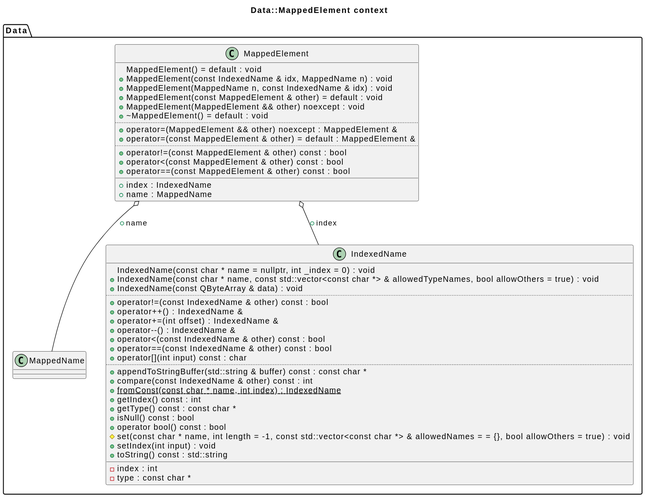
bkryza/clang-uml-examples keeps this PlantUML diagram as freecad/diagrams/app_MappedElement.svg. Above is the earlier version. Its diagram source:
```plantuml
@startuml
title Data::MappedElement context
package [Data] as C_0007944022382666682349 {
class "MappedName" as C_0007243427818333896881
class C_0007243427818333896881 [[https://github.com/FreeCAD/FreeCAD/blob/2fcc5317fe3aee96ca73475986a577719fc78e20/src/App/StringHasher.h#L45{MappedName}]] {
__
}
class "IndexedName" as C_0000077198310494763102
class C_0000077198310494763102 [[https://github.com/FreeCAD/FreeCAD/blob/2fcc5317fe3aee96ca73475986a577719fc78e20/src/App/IndexedName.h#L55{IndexedName}]] {
+IndexedName(const char * name = nullptr, int _index = 0) : void [[[https://github.com/FreeCAD/FreeCAD/blob/2fcc5317fe3aee96ca73475986a577719fc78e20/src/App/IndexedName.h#L67{IndexedName}]]]
+IndexedName(const char * name, const std::vector<const char *> & allowedTypeNames, bool allowOthers = true) : void [[[https://github.com/FreeCAD/FreeCAD/blob/2fcc5317fe3aee96ca73475986a577719fc78e20/src/App/IndexedName.h#L96{IndexedName}]]]
+IndexedName(const QByteArray & data) : void [[[https://github.com/FreeCAD/FreeCAD/blob/2fcc5317fe3aee96ca73475986a577719fc78e20/src/App/IndexedName.h#L108{IndexedName}]]]
..
+operator!=(const IndexedName & other) const : bool [[[https://github.com/FreeCAD/FreeCAD/blob/2fcc5317fe3aee96ca73475986a577719fc78e20/src/App/IndexedName.h#L198{operator!=}]]]
+operator++() : IndexedName & [[[https://github.com/FreeCAD/FreeCAD/blob/2fcc5317fe3aee96ca73475986a577719fc78e20/src/App/IndexedName.h#L182{operator++}]]]
+operator+=(int offset) : IndexedName & [[[https://github.com/FreeCAD/FreeCAD/blob/2fcc5317fe3aee96ca73475986a577719fc78e20/src/App/IndexedName.h#L174{operator+=}]]]
+operator--() : IndexedName & [[[https://github.com/FreeCAD/FreeCAD/blob/2fcc5317fe3aee96ca73475986a577719fc78e20/src/App/IndexedName.h#L190{operator--}]]]
+operator<(const IndexedName & other) const : bool [[[https://github.com/FreeCAD/FreeCAD/blob/2fcc5317fe3aee96ca73475986a577719fc78e20/src/App/IndexedName.h#L221{operator<}]]]
+operator==(const IndexedName & other) const : bool [[[https://github.com/FreeCAD/FreeCAD/blob/2fcc5317fe3aee96ca73475986a577719fc78e20/src/App/IndexedName.h#L166{operator==}]]]
+operator[](int input) const : char [[[https://github.com/FreeCAD/FreeCAD/blob/2fcc5317fe3aee96ca73475986a577719fc78e20/src/App/IndexedName.h#L228{operator[]}]]]
..
+appendToStringBuffer(std::string & buffer) const : const char * [[[https://github.com/FreeCAD/FreeCAD/blob/2fcc5317fe3aee96ca73475986a577719fc78e20/src/App/IndexedName.h#L133{appendToStringBuffer}]]]
+compare(const IndexedName & other) const : int [[[https://github.com/FreeCAD/FreeCAD/blob/2fcc5317fe3aee96ca73475986a577719fc78e20/src/App/IndexedName.h#L204{compare}]]]
{static} +fromConst(const char * name, int index) : IndexedName [[[https://github.com/FreeCAD/FreeCAD/blob/2fcc5317fe3aee96ca73475986a577719fc78e20/src/App/IndexedName.h#L120{fromConst}]]]
+getIndex() const : int [[[https://github.com/FreeCAD/FreeCAD/blob/2fcc5317fe3aee96ca73475986a577719fc78e20/src/App/IndexedName.h#L241{getIndex}]]]
+getType() const : const char * [[[https://github.com/FreeCAD/FreeCAD/blob/2fcc5317fe3aee96ca73475986a577719fc78e20/src/App/IndexedName.h#L238{getType}]]]
+isNull() const : bool [[[https://github.com/FreeCAD/FreeCAD/blob/2fcc5317fe3aee96ca73475986a577719fc78e20/src/App/IndexedName.h#L252{isNull}]]]
+operator bool() const : bool [[[https://github.com/FreeCAD/FreeCAD/blob/2fcc5317fe3aee96ca73475986a577719fc78e20/src/App/IndexedName.h#L256{operator bool}]]]
#set(const char * name, int length = -1, const std::vector<const char *> & allowedNames = = {}, bool allowOthers = true) : void [[[https://github.com/FreeCAD/FreeCAD/blob/2fcc5317fe3aee96ca73475986a577719fc78e20/src/App/IndexedName.h#L271{set}]]]
+setIndex(int input) : void [[[https://github.com/FreeCAD/FreeCAD/blob/2fcc5317fe3aee96ca73475986a577719fc78e20/src/App/IndexedName.h#L247{setIndex}]]]
+toString() const : std::string [[[https://github.com/FreeCAD/FreeCAD/blob/2fcc5317fe3aee96ca73475986a577719fc78e20/src/App/IndexedName.h#L147{toString}]]]
__
-index : int [[[https://github.com/FreeCAD/FreeCAD/blob/2fcc5317fe3aee96ca73475986a577719fc78e20/src/App/IndexedName.h#L278{index}]]]
-type : const char * [[[https://github.com/FreeCAD/FreeCAD/blob/2fcc5317fe3aee96ca73475986a577719fc78e20/src/App/IndexedName.h#L277{type}]]]
}
class "MappedElement" as C_0005907300236355149255
class C_0005907300236355149255 [[https://github.com/FreeCAD/FreeCAD/blob/2fcc5317fe3aee96ca73475986a577719fc78e20/src/App/MappedElement.h#L41{MappedElement}]] {
+MappedElement() = default : void [[[https://github.com/FreeCAD/FreeCAD/blob/2fcc5317fe3aee96ca73475986a577719fc78e20/src/App/MappedElement.h#L46{MappedElement}]]]
+MappedElement(const IndexedName & idx, MappedName n) : void [[[https://github.com/FreeCAD/FreeCAD/blob/2fcc5317fe3aee96ca73475986a577719fc78e20/src/App/MappedElement.h#L48{MappedElement}]]]
+MappedElement(MappedName n, const IndexedName & idx) : void [[[https://github.com/FreeCAD/FreeCAD/blob/2fcc5317fe3aee96ca73475986a577719fc78e20/src/App/MappedElement.h#L53{MappedElement}]]]
+MappedElement(const MappedElement & other) = default : void [[[https://github.com/FreeCAD/FreeCAD/blob/2fcc5317fe3aee96ca73475986a577719fc78e20/src/App/MappedElement.h#L60{MappedElement}]]]
+MappedElement(MappedElement && other) noexcept : void [[[https://github.com/FreeCAD/FreeCAD/blob/2fcc5317fe3aee96ca73475986a577719fc78e20/src/App/MappedElement.h#L62{MappedElement}]]]
+~MappedElement() = default : void [[[https://github.com/FreeCAD/FreeCAD/blob/2fcc5317fe3aee96ca73475986a577719fc78e20/src/App/MappedElement.h#L58{~MappedElement}]]]
..
+operator=(MappedElement && other) noexcept : MappedElement & [[[https://github.com/FreeCAD/FreeCAD/blob/2fcc5317fe3aee96ca73475986a577719fc78e20/src/App/MappedElement.h#L67{operator=}]]]
+operator=(const MappedElement & other) = default : MappedElement & [[[https://github.com/FreeCAD/FreeCAD/blob/2fcc5317fe3aee96ca73475986a577719fc78e20/src/App/MappedElement.h#L74{operator=}]]]
..
+operator!=(const MappedElement & other) const : bool [[[https://github.com/FreeCAD/FreeCAD/blob/2fcc5317fe3aee96ca73475986a577719fc78e20/src/App/MappedElement.h#L81{operator!=}]]]
+operator<(const MappedElement & other) const : bool [[[https://github.com/FreeCAD/FreeCAD/blob/2fcc5317fe3aee96ca73475986a577719fc78e20/src/App/MappedElement.h#L89{operator<}]]]
+operator==(const MappedElement & other) const : bool [[[https://github.com/FreeCAD/FreeCAD/blob/2fcc5317fe3aee96ca73475986a577719fc78e20/src/App/MappedElement.h#L76{operator==}]]]
__
+index : IndexedName [[[https://github.com/FreeCAD/FreeCAD/blob/2fcc5317fe3aee96ca73475986a577719fc78e20/src/App/MappedElement.h#L43{index}]]]
+name : MappedName [[[https://github.com/FreeCAD/FreeCAD/blob/2fcc5317fe3aee96ca73475986a577719fc78e20/src/App/MappedElement.h#L44{name}]]]
}
}
C_0005907300236355149255 o-- C_0000077198310494763102 [[https://github.com/FreeCAD/FreeCAD/blob/2fcc5317fe3aee96ca73475986a577719fc78e20/src/App/MappedElement.h#L43{index}]] : +index
C_0005907300236355149255 o-- C_0007243427818333896881 [[https://github.com/FreeCAD/FreeCAD/blob/2fcc5317fe3aee96ca73475986a577719fc78e20/src/App/MappedElement.h#L44{name}]] : +name

@enduml
```
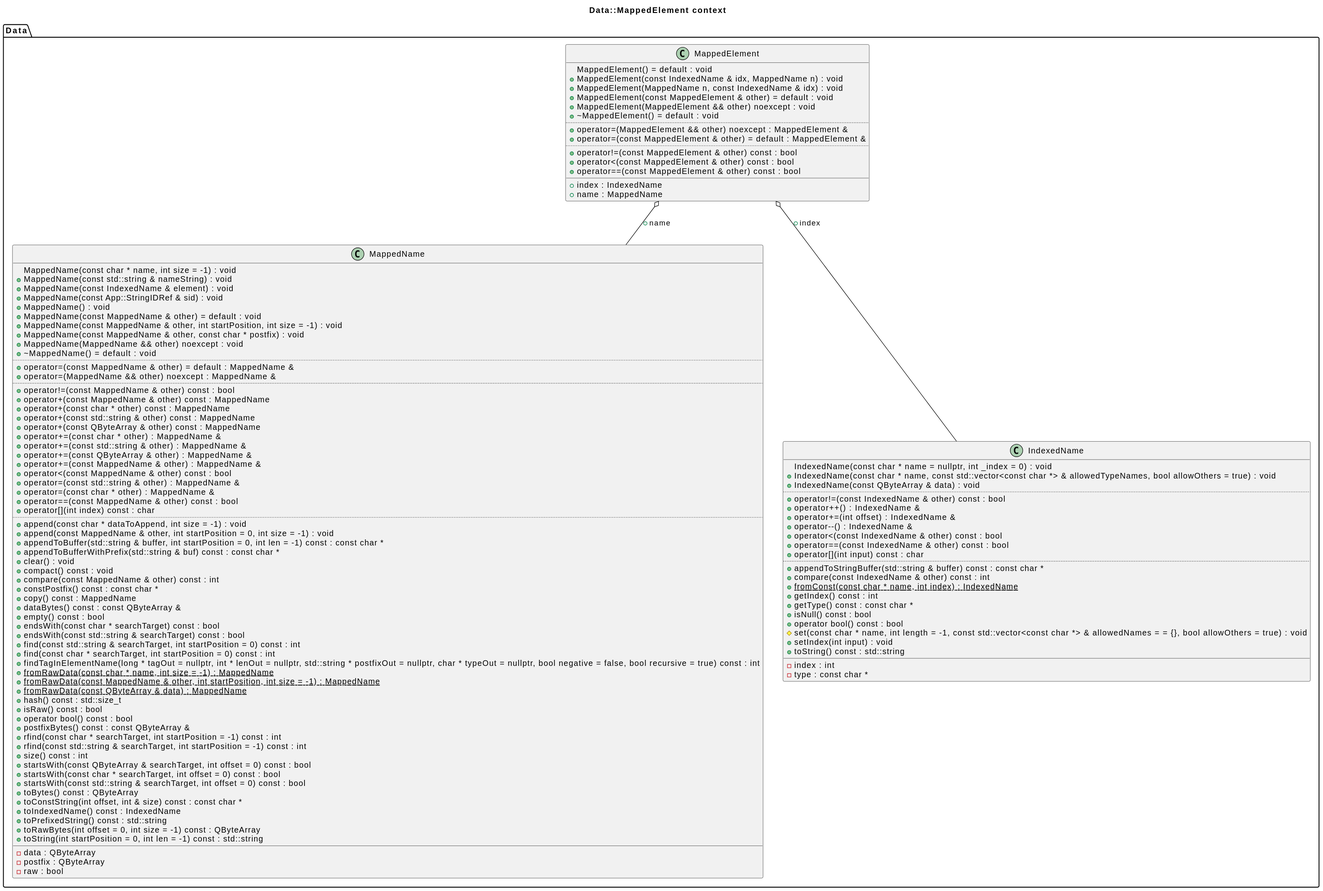
Later version of the same file.

The edit, as a diff of the source:
```diff
@@ -2,8 +2,75 @@
 title Data::MappedElement context
 package [Data] as C_0007944022382666682349 {
 class "MappedName" as C_0007243427818333896881
-class C_0007243427818333896881 [[https://github.com/FreeCAD/FreeCAD/blob/2fcc5317fe3aee96ca73475986a577719fc78e20/src/App/StringHasher.h#L45{MappedName}]] {
+class C_0007243427818333896881 [[https://github.com/FreeCAD/FreeCAD/blob/2fcc5317fe3aee96ca73475986a577719fc78e20/src/App/MappedName.h#L53{MappedName}]] {
++MappedName(const char * name, int size = -1) : void [[[https://github.com/FreeCAD/FreeCAD/blob/2fcc5317fe3aee96ca73475986a577719fc78e20/src/App/MappedName.h#L62{MappedName}]]]
++MappedName(const std::string & nameString) : void [[[https://github.com/FreeCAD/FreeCAD/blob/2fcc5317fe3aee96ca73475986a577719fc78e20/src/App/MappedName.h#L79{MappedName}]]]
++MappedName(const IndexedName & element) : void [[[https://github.com/FreeCAD/FreeCAD/blob/2fcc5317fe3aee96ca73475986a577719fc78e20/src/App/MappedName.h#L94{MappedName}]]]
++MappedName(const App::StringIDRef & sid) : void [[[https://github.com/FreeCAD/FreeCAD/blob/2fcc5317fe3aee96ca73475986a577719fc78e20/src/App/MappedName.h#L105{MappedName}]]]
++MappedName() : void [[[https://github.com/FreeCAD/FreeCAD/blob/2fcc5317fe3aee96ca73475986a577719fc78e20/src/App/MappedName.h#L111{MappedName}]]]
++MappedName(const MappedName & other) = default : void [[[https://github.com/FreeCAD/FreeCAD/blob/2fcc5317fe3aee96ca73475986a577719fc78e20/src/App/MappedName.h#L115{MappedName}]]]
++MappedName(const MappedName & other, int startPosition, int size = -1) : void [[[https://github.com/FreeCAD/FreeCAD/blob/2fcc5317fe3aee96ca73475986a577719fc78e20/src/App/MappedName.h#L123{MappedName}]]]
++MappedName(const MappedName & other, const char * postfix) : void [[[https://github.com/FreeCAD/FreeCAD/blob/2fcc5317fe3aee96ca73475986a577719fc78e20/src/App/MappedName.h#L133{MappedName}]]]
++MappedName(MappedName && other) noexcept : void [[[https://github.com/FreeCAD/FreeCAD/blob/2fcc5317fe3aee96ca73475986a577719fc78e20/src/App/MappedName.h#L140{MappedName}]]]
++~MappedName() = default : void [[[https://github.com/FreeCAD/FreeCAD/blob/2fcc5317fe3aee96ca73475986a577719fc78e20/src/App/MappedName.h#L146{~MappedName}]]]
+..
++operator=(const MappedName & other) = default : MappedName & [[[https://github.com/FreeCAD/FreeCAD/blob/2fcc5317fe3aee96ca73475986a577719fc78e20/src/App/MappedName.h#L222{operator=}]]]
++operator=(MappedName && other) noexcept : MappedName & [[[https://github.com/FreeCAD/FreeCAD/blob/2fcc5317fe3aee96ca73475986a577719fc78e20/src/App/MappedName.h#L240{operator=}]]]
+..
++operator!=(const MappedName & other) const : bool [[[https://github.com/FreeCAD/FreeCAD/blob/2fcc5317fe3aee96ca73475986a577719fc78e20/src/App/MappedName.h#L289{operator!=}]]]
++operator+(const MappedName & other) const : MappedName [[[https://github.com/FreeCAD/FreeCAD/blob/2fcc5317fe3aee96ca73475986a577719fc78e20/src/App/MappedName.h#L296{operator+}]]]
++operator+(const char * other) const : MappedName [[[https://github.com/FreeCAD/FreeCAD/blob/2fcc5317fe3aee96ca73475986a577719fc78e20/src/App/MappedName.h#L305{operator+}]]]
++operator+(const std::string & other) const : MappedName [[[https://github.com/FreeCAD/FreeCAD/blob/2fcc5317fe3aee96ca73475986a577719fc78e20/src/App/MappedName.h#L314{operator+}]]]
++operator+(const QByteArray & other) const : MappedName [[[https://github.com/FreeCAD/FreeCAD/blob/2fcc5317fe3aee96ca73475986a577719fc78e20/src/App/MappedName.h#L323{operator+}]]]
++operator+=(const char * other) : MappedName & [[[https://github.com/FreeCAD/FreeCAD/blob/2fcc5317fe3aee96ca73475986a577719fc78e20/src/App/MappedName.h#L332{operator+=}]]]
++operator+=(const std::string & other) : MappedName & [[[https://github.com/FreeCAD/FreeCAD/blob/2fcc5317fe3aee96ca73475986a577719fc78e20/src/App/MappedName.h#L341{operator+=}]]]
++operator+=(const QByteArray & other) : MappedName & [[[https://github.com/FreeCAD/FreeCAD/blob/2fcc5317fe3aee96ca73475986a577719fc78e20/src/App/MappedName.h#L353{operator+=}]]]
++operator+=(const MappedName & other) : MappedName & [[[https://github.com/FreeCAD/FreeCAD/blob/2fcc5317fe3aee96ca73475986a577719fc78e20/src/App/MappedName.h#L362{operator+=}]]]
++operator<(const MappedName & other) const : bool [[[https://github.com/FreeCAD/FreeCAD/blob/2fcc5317fe3aee96ca73475986a577719fc78e20/src/App/MappedName.h#L669{operator<}]]]
++operator=(const std::string & other) : MappedName & [[[https://github.com/FreeCAD/FreeCAD/blob/2fcc5317fe3aee96ca73475986a577719fc78e20/src/App/MappedName.h#L225{operator=}]]]
++operator=(const char * other) : MappedName & [[[https://github.com/FreeCAD/FreeCAD/blob/2fcc5317fe3aee96ca73475986a577719fc78e20/src/App/MappedName.h#L232{operator=}]]]
++operator==(const MappedName & other) const : bool [[[https://github.com/FreeCAD/FreeCAD/blob/2fcc5317fe3aee96ca73475986a577719fc78e20/src/App/MappedName.h#L259{operator==}]]]
++operator[](int index) const : char [[[https://github.com/FreeCAD/FreeCAD/blob/2fcc5317fe3aee96ca73475986a577719fc78e20/src/App/MappedName.h#L676{operator[]}]]]
+..
++append(const char * dataToAppend, int size = -1) : void [[[https://github.com/FreeCAD/FreeCAD/blob/2fcc5317fe3aee96ca73475986a577719fc78e20/src/App/MappedName.h#L373{append}]]]
++append(const MappedName & other, int startPosition = 0, int size = -1) : void [[[https://github.com/FreeCAD/FreeCAD/blob/2fcc5317fe3aee96ca73475986a577719fc78e20/src/App/MappedName.h#L402{append}]]]
++appendToBuffer(std::string & buffer, int startPosition = 0, int len = -1) const : const char * [[[https://github.com/FreeCAD/FreeCAD/blob/2fcc5317fe3aee96ca73475986a577719fc78e20/src/App/MappedName.h#L488{appendToBuffer}]]]
++appendToBufferWithPrefix(std::string & buf) const : const char * [[[https://github.com/FreeCAD/FreeCAD/blob/2fcc5317fe3aee96ca73475986a577719fc78e20/src/App/MappedName.h#L632{appendToBufferWithPrefix}]]]
++clear() : void [[[https://github.com/FreeCAD/FreeCAD/blob/2fcc5317fe3aee96ca73475986a577719fc78e20/src/App/MappedName.h#L737{clear}]]]
++compact() const : void [[[https://github.com/FreeCAD/FreeCAD/blob/2fcc5317fe3aee96ca73475986a577719fc78e20/src/App/MappedName.h#L727{compact}]]]
++compare(const MappedName & other) const : int [[[https://github.com/FreeCAD/FreeCAD/blob/2fcc5317fe3aee96ca73475986a577719fc78e20/src/App/MappedName.h#L645{compare}]]]
++constPostfix() const : const char * [[[https://github.com/FreeCAD/FreeCAD/blob/2fcc5317fe3aee96ca73475986a577719fc78e20/src/App/MappedName.h#L581{constPostfix}]]]
++copy() const : MappedName [[[https://github.com/FreeCAD/FreeCAD/blob/2fcc5317fe3aee96ca73475986a577719fc78e20/src/App/MappedName.h#L715{copy}]]]
++dataBytes() const : const QByteArray & [[[https://github.com/FreeCAD/FreeCAD/blob/2fcc5317fe3aee96ca73475986a577719fc78e20/src/App/MappedName.h#L569{dataBytes}]]]
++empty() const : bool [[[https://github.com/FreeCAD/FreeCAD/blob/2fcc5317fe3aee96ca73475986a577719fc78e20/src/App/MappedName.h#L699{empty}]]]
++endsWith(const char * searchTarget) const : bool [[[https://github.com/FreeCAD/FreeCAD/blob/2fcc5317fe3aee96ca73475986a577719fc78e20/src/App/MappedName.h#L828{endsWith}]]]
++endsWith(const std::string & searchTarget) const : bool [[[https://github.com/FreeCAD/FreeCAD/blob/2fcc5317fe3aee96ca73475986a577719fc78e20/src/App/MappedName.h#L842{endsWith}]]]
++find(const std::string & searchTarget, int startPosition = 0) const : int [[[https://github.com/FreeCAD/FreeCAD/blob/2fcc5317fe3aee96ca73475986a577719fc78e20/src/App/MappedName.h#L781{find}]]]
++find(const char * searchTarget, int startPosition = 0) const : int [[[https://github.com/FreeCAD/FreeCAD/blob/2fcc5317fe3aee96ca73475986a577719fc78e20/src/App/MappedName.h#L750{find}]]]
++findTagInElementName(long * tagOut = nullptr, int * lenOut = nullptr, std::string * postfixOut = nullptr, char * typeOut = nullptr, bool negative = false, bool recursive = true) const : int [[[https://github.com/FreeCAD/FreeCAD/blob/2fcc5317fe3aee96ca73475986a577719fc78e20/src/App/MappedName.h#L912{findTagInElementName}]]]
+{static} +fromRawData(const char * name, int size = -1) : MappedName [[[https://github.com/FreeCAD/FreeCAD/blob/2fcc5317fe3aee96ca73475986a577719fc78e20/src/App/MappedName.h#L154{fromRawData}]]]
+{static} +fromRawData(const MappedName & other, int startPosition, int size = -1) : MappedName [[[https://github.com/FreeCAD/FreeCAD/blob/2fcc5317fe3aee96ca73475986a577719fc78e20/src/App/MappedName.h#L184{fromRawData}]]]
+{static} +fromRawData(const QByteArray & data) : MappedName [[[https://github.com/FreeCAD/FreeCAD/blob/2fcc5317fe3aee96ca73475986a577719fc78e20/src/App/MappedName.h#L169{fromRawData}]]]
++hash() const : std::size_t [[[https://github.com/FreeCAD/FreeCAD/blob/2fcc5317fe3aee96ca73475986a577719fc78e20/src/App/MappedName.h#L917{hash}]]]
++isRaw() const : bool [[[https://github.com/FreeCAD/FreeCAD/blob/2fcc5317fe3aee96ca73475986a577719fc78e20/src/App/MappedName.h#L707{isRaw}]]]
++operator bool() const : bool [[[https://github.com/FreeCAD/FreeCAD/blob/2fcc5317fe3aee96ca73475986a577719fc78e20/src/App/MappedName.h#L731{operator bool}]]]
++postfixBytes() const : const QByteArray & [[[https://github.com/FreeCAD/FreeCAD/blob/2fcc5317fe3aee96ca73475986a577719fc78e20/src/App/MappedName.h#L575{postfixBytes}]]]
++rfind(const char * searchTarget, int startPosition = -1) const : int [[[https://github.com/FreeCAD/FreeCAD/blob/2fcc5317fe3aee96ca73475986a577719fc78e20/src/App/MappedName.h#L794{rfind}]]]
++rfind(const std::string & searchTarget, int startPosition = -1) const : int [[[https://github.com/FreeCAD/FreeCAD/blob/2fcc5317fe3aee96ca73475986a577719fc78e20/src/App/MappedName.h#L820{rfind}]]]
++size() const : int [[[https://github.com/FreeCAD/FreeCAD/blob/2fcc5317fe3aee96ca73475986a577719fc78e20/src/App/MappedName.h#L692{size}]]]
++startsWith(const QByteArray & searchTarget, int offset = 0) const : bool [[[https://github.com/FreeCAD/FreeCAD/blob/2fcc5317fe3aee96ca73475986a577719fc78e20/src/App/MappedName.h#L854{startsWith}]]]
++startsWith(const char * searchTarget, int offset = 0) const : bool [[[https://github.com/FreeCAD/FreeCAD/blob/2fcc5317fe3aee96ca73475986a577719fc78e20/src/App/MappedName.h#L876{startsWith}]]]
++startsWith(const std::string & searchTarget, int offset = 0) const : bool [[[https://github.com/FreeCAD/FreeCAD/blob/2fcc5317fe3aee96ca73475986a577719fc78e20/src/App/MappedName.h#L892{startsWith}]]]
++toBytes() const : QByteArray [[[https://github.com/FreeCAD/FreeCAD/blob/2fcc5317fe3aee96ca73475986a577719fc78e20/src/App/MappedName.h#L592{toBytes}]]]
++toConstString(int offset, int & size) const : const char * [[[https://github.com/FreeCAD/FreeCAD/blob/2fcc5317fe3aee96ca73475986a577719fc78e20/src/App/MappedName.h#L516{toConstString}]]]
++toIndexedName() const : IndexedName [[[https://github.com/FreeCAD/FreeCAD/blob/2fcc5317fe3aee96ca73475986a577719fc78e20/src/App/MappedName.h#L610{toIndexedName}]]]
++toPrefixedString() const : std::string [[[https://github.com/FreeCAD/FreeCAD/blob/2fcc5317fe3aee96ca73475986a577719fc78e20/src/App/MappedName.h#L620{toPrefixedString}]]]
++toRawBytes(int offset = 0, int size = -1) const : QByteArray [[[https://github.com/FreeCAD/FreeCAD/blob/2fcc5317fe3aee96ca73475986a577719fc78e20/src/App/MappedName.h#L544{toRawBytes}]]]
++toString(int startPosition = 0, int len = -1) const : std::string [[[https://github.com/FreeCAD/FreeCAD/blob/2fcc5317fe3aee96ca73475986a577719fc78e20/src/App/MappedName.h#L471{toString}]]]
 __
+-data : QByteArray [[[https://github.com/FreeCAD/FreeCAD/blob/2fcc5317fe3aee96ca73475986a577719fc78e20/src/App/MappedName.h#L923{data}]]]
+-postfix : QByteArray [[[https://github.com/FreeCAD/FreeCAD/blob/2fcc5317fe3aee96ca73475986a577719fc78e20/src/App/MappedName.h#L924{postfix}]]]
+-raw : bool [[[https://github.com/FreeCAD/FreeCAD/blob/2fcc5317fe3aee96ca73475986a577719fc78e20/src/App/MappedName.h#L925{raw}]]]
 }
 class "IndexedName" as C_0000077198310494763102
 class C_0000077198310494763102 [[https://github.com/FreeCAD/FreeCAD/blob/2fcc5317fe3aee96ca73475986a577719fc78e20/src/App/IndexedName.h#L55{IndexedName}]] {
```
